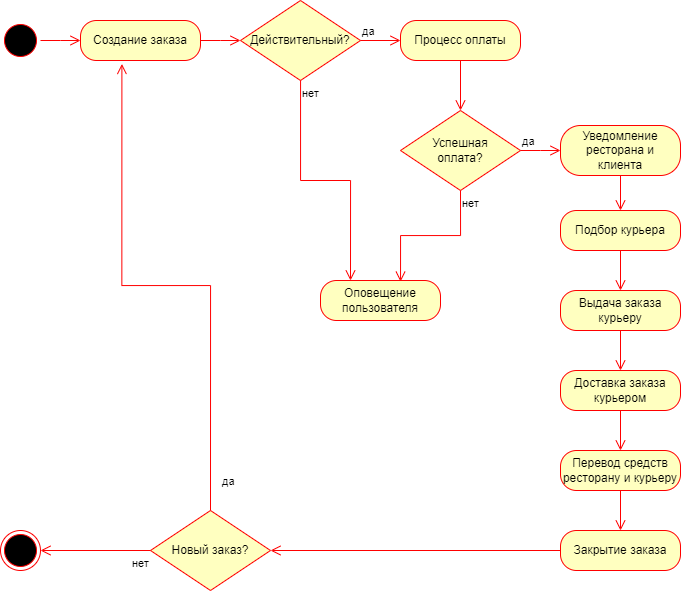
The draw.io diagram Диаграмма_деятельности.drawio.png in ellanta/tp_bi237_tz3, before a commit. Source tidied: cells renumbered, new cells last; positions are measured from the earlier drawing's top-left corner, leaving out a move shared by most shapes. Its diagram source:
```xml
<mxGraphModel>
  <root>
    <mxCell id="0" />
    <mxCell id="1" parent="0" />
    <mxCell id="2" style="ellipse;html=1;shape=startState;fillColor=#000000;strokeColor=#ff0000;" parent="1" vertex="1">
      <mxGeometry y="20" width="40" height="40" as="geometry" />
    </mxCell>
    <mxCell id="3" style="edgeStyle=orthogonalEdgeStyle;html=1;verticalAlign=bottom;endArrow=open;endSize=8;strokeColor=#ff0000;rounded=0;" parent="1" edge="1" source="2">
      <mxGeometry relative="1" as="geometry">
        <mxPoint x="80" y="40" as="targetPoint" />
      </mxGeometry>
    </mxCell>
    <mxCell id="4" value="Создание заказа" style="rounded=1;whiteSpace=wrap;html=1;arcSize=40;fontColor=#000000;fillColor=#ffffc0;strokeColor=#ff0000;" parent="1" vertex="1">
      <mxGeometry x="80" y="20" width="120" height="40" as="geometry" />
    </mxCell>
    <mxCell id="5" style="edgeStyle=orthogonalEdgeStyle;html=1;verticalAlign=bottom;endArrow=open;endSize=8;strokeColor=#ff0000;rounded=0;exitX=1;exitY=0.5;exitDx=0;exitDy=0;" parent="1" edge="1" source="4">
      <mxGeometry relative="1" as="geometry">
        <mxPoint x="240" y="40" as="targetPoint" />
      </mxGeometry>
    </mxCell>
    <mxCell id="6" value="Действительный?" style="rhombus;whiteSpace=wrap;html=1;fontColor=#000000;fillColor=#ffffc0;strokeColor=#ff0000;" parent="1" vertex="1">
      <mxGeometry x="240" width="120" height="80" as="geometry" />
    </mxCell>
    <mxCell id="7" value="да" style="edgeStyle=orthogonalEdgeStyle;html=1;align=left;verticalAlign=bottom;endArrow=open;endSize=8;strokeColor=#ff0000;rounded=0;entryX=0;entryY=0.5;entryDx=0;entryDy=0;" parent="1" edge="1" source="6" target="9">
      <mxGeometry x="-1" relative="1" as="geometry" />
    </mxCell>
    <mxCell id="8" value="нет&lt;div&gt;&lt;br&gt;&lt;/div&gt;" style="edgeStyle=orthogonalEdgeStyle;html=1;align=left;verticalAlign=top;endArrow=open;endSize=8;strokeColor=#ff0000;rounded=0;entryX=0.25;entryY=0;entryDx=0;entryDy=0;" parent="1" edge="1" source="6" target="20">
      <mxGeometry x="-1" relative="1" as="geometry" />
    </mxCell>
    <mxCell id="9" value="Процесс оплаты" style="rounded=1;whiteSpace=wrap;html=1;arcSize=40;fontColor=#000000;fillColor=#ffffc0;strokeColor=#ff0000;" parent="1" vertex="1">
      <mxGeometry x="400" y="20" width="120" height="40" as="geometry" />
    </mxCell>
    <mxCell id="10" style="edgeStyle=orthogonalEdgeStyle;html=1;verticalAlign=bottom;endArrow=open;endSize=8;strokeColor=#ff0000;rounded=0;exitX=0.5;exitY=1;exitDx=0;exitDy=0;" parent="1" edge="1" source="9" target="11">
      <mxGeometry relative="1" as="geometry" />
    </mxCell>
    <mxCell id="11" value="Успешная&lt;div&gt;оплата?&lt;/div&gt;" style="rhombus;whiteSpace=wrap;html=1;fontColor=#000000;fillColor=#ffffc0;strokeColor=#ff0000;" parent="1" vertex="1">
      <mxGeometry x="400" y="110" width="120" height="80" as="geometry" />
    </mxCell>
    <mxCell id="12" value="да" style="edgeStyle=orthogonalEdgeStyle;html=1;align=left;verticalAlign=bottom;endArrow=open;endSize=8;strokeColor=#ff0000;rounded=0;exitX=1;exitY=0.5;exitDx=0;exitDy=0;" parent="1" edge="1" source="11">
      <mxGeometry x="-1" relative="1" as="geometry">
        <mxPoint x="560" y="150" as="targetPoint" />
      </mxGeometry>
    </mxCell>
    <mxCell id="13" value="нет&lt;div&gt;&lt;br&gt;&lt;/div&gt;" style="edgeStyle=orthogonalEdgeStyle;html=1;align=left;verticalAlign=top;endArrow=open;endSize=8;strokeColor=#ff0000;rounded=0;exitX=0.5;exitY=1;exitDx=0;exitDy=0;entryX=0.667;entryY=0.029;entryDx=0;entryDy=0;entryPerimeter=0;" parent="1" edge="1" source="11" target="20">
      <mxGeometry x="-1" relative="1" as="geometry" />
    </mxCell>
    <mxCell id="14" value="Уведомление ресторана и&lt;div&gt;клиента&lt;/div&gt;" style="rounded=1;whiteSpace=wrap;html=1;arcSize=40;fontColor=#000000;fillColor=#ffffc0;strokeColor=#ff0000;" parent="1" vertex="1">
      <mxGeometry x="560" y="125" width="120" height="50" as="geometry" />
    </mxCell>
    <mxCell id="15" value="Подбор курьера" style="rounded=1;whiteSpace=wrap;html=1;arcSize=40;fontColor=#000000;fillColor=#ffffc0;strokeColor=#ff0000;" parent="1" vertex="1">
      <mxGeometry x="560" y="210" width="120" height="40" as="geometry" />
    </mxCell>
    <mxCell id="16" value="Выдача заказа курьеру" style="rounded=1;whiteSpace=wrap;html=1;arcSize=40;fontColor=#000000;fillColor=#ffffc0;strokeColor=#ff0000;" parent="1" vertex="1">
      <mxGeometry x="560" y="290" width="120" height="40" as="geometry" />
    </mxCell>
    <mxCell id="17" value="Доставка заказа курьером" style="rounded=1;whiteSpace=wrap;html=1;arcSize=40;fontColor=#000000;fillColor=#ffffc0;strokeColor=#ff0000;" parent="1" vertex="1">
      <mxGeometry x="560" y="370" width="120" height="40" as="geometry" />
    </mxCell>
    <mxCell id="18" value="Перевод средств ресторану и курьеру" style="rounded=1;whiteSpace=wrap;html=1;arcSize=40;fontColor=#000000;fillColor=#ffffc0;strokeColor=#ff0000;" parent="1" vertex="1">
      <mxGeometry x="560" y="450" width="120" height="40" as="geometry" />
    </mxCell>
    <mxCell id="19" value="Закрытие заказа" style="rounded=1;whiteSpace=wrap;html=1;arcSize=40;fontColor=#000000;fillColor=#ffffc0;strokeColor=#ff0000;" parent="1" vertex="1">
      <mxGeometry x="560" y="530" width="120" height="40" as="geometry" />
    </mxCell>
    <mxCell id="20" value="Оповещение&lt;div&gt;пользователя&lt;/div&gt;" style="rounded=1;whiteSpace=wrap;html=1;arcSize=40;fontColor=#000000;fillColor=#ffffc0;strokeColor=#ff0000;" parent="1" vertex="1">
      <mxGeometry x="320" y="280" width="120" height="40" as="geometry" />
    </mxCell>
    <mxCell id="21" style="edgeStyle=orthogonalEdgeStyle;html=1;verticalAlign=bottom;endArrow=open;endSize=8;strokeColor=#ff0000;rounded=0;exitX=0.5;exitY=1;exitDx=0;exitDy=0;entryX=0.5;entryY=0;entryDx=0;entryDy=0;" parent="1" edge="1" source="14" target="15">
      <mxGeometry relative="1" as="geometry" />
    </mxCell>
    <mxCell id="22" style="edgeStyle=orthogonalEdgeStyle;html=1;verticalAlign=bottom;endArrow=open;endSize=8;strokeColor=#ff0000;rounded=0;exitX=0.5;exitY=1;exitDx=0;exitDy=0;" parent="1" edge="1" source="15" target="16">
      <mxGeometry relative="1" as="geometry" />
    </mxCell>
    <mxCell id="23" style="edgeStyle=orthogonalEdgeStyle;html=1;verticalAlign=bottom;endArrow=open;endSize=8;strokeColor=#ff0000;rounded=0;exitX=0.5;exitY=1;exitDx=0;exitDy=0;entryX=0.5;entryY=0;entryDx=0;entryDy=0;" parent="1" edge="1" source="16" target="17">
      <mxGeometry relative="1" as="geometry" />
    </mxCell>
    <mxCell id="24" style="edgeStyle=orthogonalEdgeStyle;html=1;verticalAlign=bottom;endArrow=open;endSize=8;strokeColor=#ff0000;rounded=0;exitX=0.5;exitY=1;exitDx=0;exitDy=0;entryX=0.5;entryY=0;entryDx=0;entryDy=0;" parent="1" edge="1" source="17" target="18">
      <mxGeometry relative="1" as="geometry" />
    </mxCell>
    <mxCell id="25" style="edgeStyle=orthogonalEdgeStyle;html=1;verticalAlign=bottom;endArrow=open;endSize=8;strokeColor=#ff0000;rounded=0;exitX=0.5;exitY=1;exitDx=0;exitDy=0;entryX=0.5;entryY=0;entryDx=0;entryDy=0;" parent="1" edge="1" source="18" target="19">
      <mxGeometry relative="1" as="geometry" />
    </mxCell>
    <mxCell id="26" value="Новый заказ?" style="rhombus;whiteSpace=wrap;html=1;fontColor=#000000;fillColor=#ffffc0;strokeColor=#ff0000;" parent="1" vertex="1">
      <mxGeometry x="150" y="510" width="120" height="80" as="geometry" />
    </mxCell>
    <mxCell id="27" style="ellipse;html=1;shape=endState;fillColor=#000000;strokeColor=#ff0000;" parent="1" vertex="1">
      <mxGeometry y="530" width="40" height="40" as="geometry" />
    </mxCell>
    <mxCell id="28" value="нет&lt;div&gt;&lt;br&gt;&lt;/div&gt;" style="edgeStyle=orthogonalEdgeStyle;html=1;align=left;verticalAlign=top;endArrow=open;endSize=8;strokeColor=#ff0000;rounded=0;exitX=0;exitY=0.5;exitDx=0;exitDy=0;entryX=1;entryY=0.5;entryDx=0;entryDy=0;" parent="1" edge="1" source="26" target="27">
      <mxGeometry x="-0.64" relative="1" as="geometry" />
    </mxCell>
    <mxCell id="29" value="да" style="edgeStyle=orthogonalEdgeStyle;html=1;align=left;verticalAlign=bottom;endArrow=open;endSize=8;strokeColor=#ff0000;rounded=0;exitX=0.5;exitY=0;exitDx=0;exitDy=0;entryX=0.345;entryY=1.087;entryDx=0;entryDy=0;entryPerimeter=0;" parent="1" edge="1" source="26" target="4">
      <mxGeometry x="-0.92" y="-10" relative="1" as="geometry" />
    </mxCell>
    <mxCell id="30" style="edgeStyle=orthogonalEdgeStyle;html=1;verticalAlign=bottom;endArrow=open;endSize=8;strokeColor=#ff0000;rounded=0;exitX=0;exitY=0.5;exitDx=0;exitDy=0;entryX=1;entryY=0.5;entryDx=0;entryDy=0;" parent="1" edge="1" source="19" target="26">
      <mxGeometry relative="1" as="geometry" />
    </mxCell>
  </root>
</mxGraphModel>
```
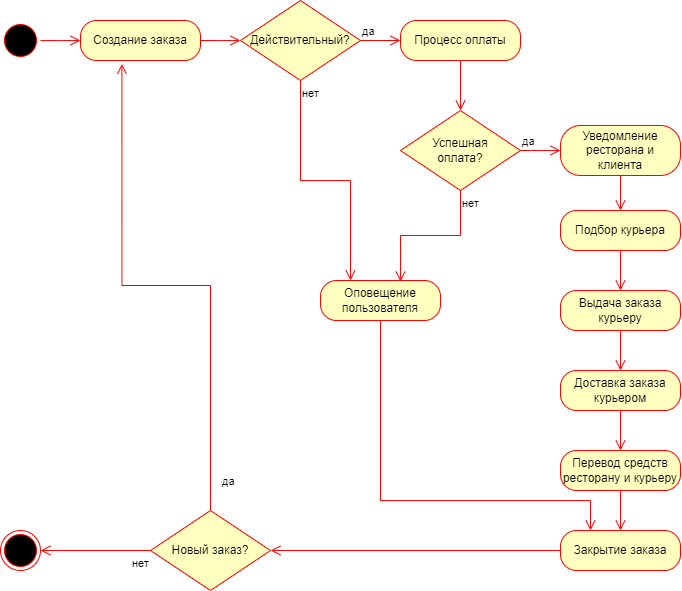
The same file after the commit.

What changed in the source:
```diff
@@ -95,5 +95,13 @@
     <mxCell id="30" style="edgeStyle=orthogonalEdgeStyle;html=1;verticalAlign=bottom;endArrow=open;endSize=8;strokeColor=#ff0000;rounded=0;exitX=0;exitY=0.5;exitDx=0;exitDy=0;entryX=1;entryY=0.5;entryDx=0;entryDy=0;" parent="1" edge="1" source="19" target="26">
       <mxGeometry relative="1" as="geometry" />
     </mxCell>
+    <mxCell id="31" style="edgeStyle=orthogonalEdgeStyle;html=1;verticalAlign=bottom;endArrow=open;endSize=8;strokeColor=#ff0000;rounded=0;exitX=0.5;exitY=1;exitDx=0;exitDy=0;entryX=0.25;entryY=0;entryDx=0;entryDy=0;" parent="1" edge="1" source="20" target="19">
+      <mxGeometry relative="1" as="geometry">
+        <Array as="points">
+          <mxPoint x="380" y="500" />
+          <mxPoint x="590" y="500" />
+        </Array>
+      </mxGeometry>
+    </mxCell>
   </root>
 </mxGraphModel>
```
